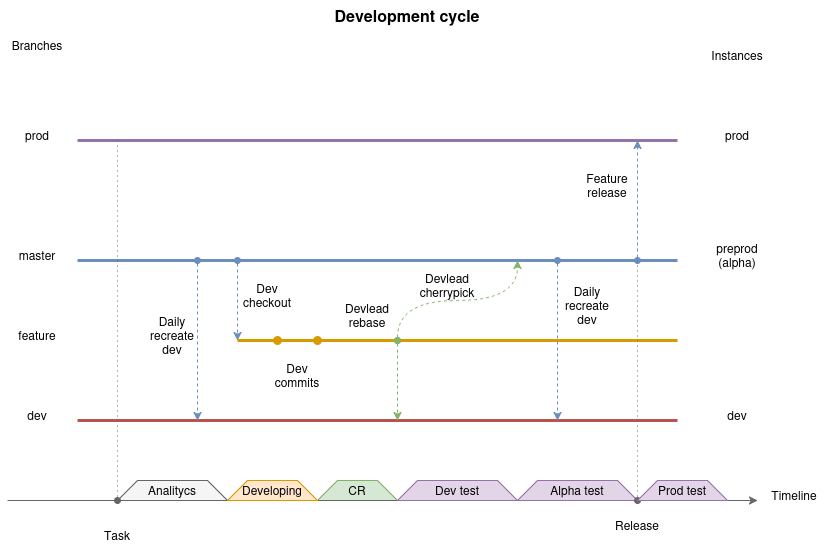
The draw.io diagram images/development_cycle.png in johnthesmith/scraps, before a commit. Source tidied: cells renumbered, new cells last; positions are measured from the earlier drawing's top-left corner, leaving out a move shared by most shapes. The source it was exported from:
```xml
<mxGraphModel>
  <root>
    <mxCell id="0" />
    <mxCell id="1" parent="0" />
    <mxCell id="2" style="shape=trapezoid;perimeter=trapezoidPerimeter;whiteSpace=wrap;html=1;fixedSize=1;fillColor=#d5e8d4;strokeColor=#82b366;" parent="1" vertex="1">
      <mxGeometry x="310" y="480" width="80" height="20" as="geometry" />
    </mxCell>
    <mxCell id="3" style="shape=trapezoid;perimeter=trapezoidPerimeter;whiteSpace=wrap;html=1;fixedSize=1;fillColor=#f5f5f5;strokeColor=#666666;fontColor=#333333;" parent="1" vertex="1">
      <mxGeometry x="110" y="480" width="110" height="20" as="geometry" />
    </mxCell>
    <mxCell id="4" style="endArrow=none;html=1;rounded=0;fillColor=#e1d5e7;strokeColor=#9673a6;strokeWidth=3;" parent="1" edge="1">
      <mxGeometry relative="1" as="geometry">
        <mxPoint x="70" y="140" as="sourcePoint" />
        <mxPoint x="670" y="140" as="targetPoint" />
      </mxGeometry>
    </mxCell>
    <mxCell id="5" style="endArrow=none;html=1;rounded=0;fillColor=#dae8fc;strokeColor=#6c8ebf;strokeWidth=3;" parent="1" edge="1">
      <mxGeometry relative="1" as="geometry">
        <mxPoint x="70" y="260" as="sourcePoint" />
        <mxPoint x="670" y="260" as="targetPoint" />
      </mxGeometry>
    </mxCell>
    <mxCell id="6" style="endArrow=none;html=1;rounded=0;fillColor=#f8cecc;strokeColor=#b85450;strokeWidth=3;" parent="1" edge="1">
      <mxGeometry relative="1" as="geometry">
        <mxPoint x="70" y="420" as="sourcePoint" />
        <mxPoint x="670" y="420" as="targetPoint" />
      </mxGeometry>
    </mxCell>
    <mxCell id="7" value="master" style="text;html=1;align=center;verticalAlign=middle;whiteSpace=wrap;rounded=0;" parent="1" vertex="1">
      <mxGeometry y="240" width="60" height="30" as="geometry" />
    </mxCell>
    <mxCell id="8" value="prod" style="text;html=1;align=center;verticalAlign=middle;whiteSpace=wrap;rounded=0;" parent="1" vertex="1">
      <mxGeometry y="120" width="60" height="30" as="geometry" />
    </mxCell>
    <mxCell id="9" value="dev" style="text;html=1;align=center;verticalAlign=middle;whiteSpace=wrap;rounded=0;" parent="1" vertex="1">
      <mxGeometry y="400" width="60" height="30" as="geometry" />
    </mxCell>
    <mxCell id="10" style="endArrow=classic;html=1;rounded=0;startArrow=oval;startFill=1;fillColor=#dae8fc;strokeColor=#6c8ebf;dashed=1;" parent="1" edge="1">
      <mxGeometry relative="1" as="geometry">
        <mxPoint x="190" y="260" as="sourcePoint" />
        <mxPoint x="190" y="420" as="targetPoint" />
      </mxGeometry>
    </mxCell>
    <mxCell id="11" style="endArrow=none;html=1;rounded=0;endFill=0;fillColor=#ffe6cc;strokeColor=#d79b00;jumpSize=2;strokeWidth=3;" parent="1" edge="1">
      <mxGeometry relative="1" as="geometry">
        <mxPoint x="310" y="340" as="sourcePoint" />
        <mxPoint x="670" y="340" as="targetPoint" />
      </mxGeometry>
    </mxCell>
    <mxCell id="12" style="endArrow=classic;html=1;rounded=0;startArrow=oval;startFill=1;fillColor=#dae8fc;strokeColor=#6c8ebf;dashed=1;" parent="1" edge="1">
      <mxGeometry relative="1" as="geometry">
        <mxPoint x="550" y="260" as="sourcePoint" />
        <mxPoint x="550" y="420" as="targetPoint" />
      </mxGeometry>
    </mxCell>
    <mxCell id="13" style="endArrow=classic;html=1;rounded=0;fillColor=#f5f5f5;strokeColor=#666666;endFill=1;" parent="1" edge="1">
      <mxGeometry relative="1" as="geometry">
        <mxPoint y="500" as="sourcePoint" />
        <mxPoint x="750" y="500" as="targetPoint" />
      </mxGeometry>
    </mxCell>
    <mxCell id="14" value="dev" style="text;html=1;align=center;verticalAlign=middle;whiteSpace=wrap;rounded=0;" parent="1" vertex="1">
      <mxGeometry x="700" y="400" width="60" height="30" as="geometry" />
    </mxCell>
    <mxCell id="15" value="preprod (alpha)" style="text;html=1;align=center;verticalAlign=middle;whiteSpace=wrap;rounded=0;" parent="1" vertex="1">
      <mxGeometry x="700" y="240" width="60" height="30" as="geometry" />
    </mxCell>
    <mxCell id="16" value="prod" style="text;html=1;align=center;verticalAlign=middle;whiteSpace=wrap;rounded=0;" parent="1" vertex="1">
      <mxGeometry x="700" y="120" width="60" height="30" as="geometry" />
    </mxCell>
    <mxCell id="17" style="endArrow=classic;html=1;rounded=0;startArrow=oval;startFill=1;fillColor=#dae8fc;strokeColor=#6c8ebf;dashed=1;" parent="1" edge="1">
      <mxGeometry relative="1" as="geometry">
        <mxPoint x="230" y="260" as="sourcePoint" />
        <mxPoint x="230" y="340" as="targetPoint" />
      </mxGeometry>
    </mxCell>
    <mxCell id="18" style="endArrow=oval;html=1;rounded=0;endFill=1;fillColor=#ffe6cc;strokeColor=#d79b00;strokeWidth=3;" parent="1" edge="1">
      <mxGeometry relative="1" as="geometry">
        <mxPoint x="230" y="340" as="sourcePoint" />
        <mxPoint x="270" y="340" as="targetPoint" />
      </mxGeometry>
    </mxCell>
    <mxCell id="19" style="endArrow=oval;html=1;rounded=0;endFill=1;fillColor=#ffe6cc;strokeColor=#d79b00;strokeWidth=3;" parent="1" edge="1">
      <mxGeometry relative="1" as="geometry">
        <mxPoint x="270" y="340" as="sourcePoint" />
        <mxPoint x="310" y="340" as="targetPoint" />
      </mxGeometry>
    </mxCell>
    <mxCell id="20" style="endArrow=classic;html=1;rounded=0;startArrow=oval;startFill=1;fillColor=#d5e8d4;strokeColor=#82b366;edgeStyle=orthogonalEdgeStyle;dashed=1;curved=1;" parent="1" edge="1">
      <mxGeometry relative="1" as="geometry">
        <mxPoint x="390" y="340" as="sourcePoint" />
        <mxPoint x="390" y="420" as="targetPoint" />
        <Array as="points">
          <mxPoint x="390" y="400" />
          <mxPoint x="390" y="400" />
        </Array>
      </mxGeometry>
    </mxCell>
    <mxCell id="21" value="Dev checkout" style="text;html=1;align=center;verticalAlign=middle;whiteSpace=wrap;rounded=0;" parent="1" vertex="1">
      <mxGeometry x="230" y="280" width="60" height="30" as="geometry" />
    </mxCell>
    <mxCell id="22" value="Dev commits" style="text;html=1;align=center;verticalAlign=middle;whiteSpace=wrap;rounded=0;" parent="1" vertex="1">
      <mxGeometry x="260" y="360" width="60" height="30" as="geometry" />
    </mxCell>
    <mxCell id="23" value="Devlead rebase" style="text;html=1;align=center;verticalAlign=middle;whiteSpace=wrap;rounded=0;" parent="1" vertex="1">
      <mxGeometry x="330" y="300" width="60" height="30" as="geometry" />
    </mxCell>
    <mxCell id="24" style="endArrow=classic;html=1;rounded=0;startArrow=oval;startFill=1;fillColor=#d5e8d4;strokeColor=#82b366;edgeStyle=orthogonalEdgeStyle;dashed=1;curved=1;" parent="1" edge="1">
      <mxGeometry relative="1" as="geometry">
        <mxPoint x="390" y="340" as="sourcePoint" />
        <mxPoint x="510" y="260" as="targetPoint" />
        <Array as="points">
          <mxPoint x="390" y="300" />
          <mxPoint x="510" y="300" />
          <mxPoint x="510" y="260" />
        </Array>
      </mxGeometry>
    </mxCell>
    <mxCell id="25" value="Devlead cherrypick" style="text;html=1;align=center;verticalAlign=middle;whiteSpace=wrap;rounded=0;" parent="1" vertex="1">
      <mxGeometry x="410" y="270" width="60" height="30" as="geometry" />
    </mxCell>
    <mxCell id="26" value="Branches" style="text;html=1;align=center;verticalAlign=middle;whiteSpace=wrap;rounded=0;" parent="1" vertex="1">
      <mxGeometry y="30" width="60" height="30" as="geometry" />
    </mxCell>
    <mxCell id="27" value="Instances" style="text;html=1;align=center;verticalAlign=middle;whiteSpace=wrap;rounded=0;" parent="1" vertex="1">
      <mxGeometry x="700" y="40" width="60" height="30" as="geometry" />
    </mxCell>
    <mxCell id="28" style="endArrow=classic;html=1;rounded=0;startArrow=oval;startFill=1;fillColor=#dae8fc;strokeColor=#6c8ebf;dashed=1;" parent="1" edge="1">
      <mxGeometry relative="1" as="geometry">
        <mxPoint x="630" y="260" as="sourcePoint" />
        <mxPoint x="630" y="140" as="targetPoint" />
      </mxGeometry>
    </mxCell>
    <mxCell id="29" value="&lt;div&gt;Feature&lt;/div&gt;&lt;div&gt;release&lt;br&gt;&lt;/div&gt;" style="text;html=1;align=center;verticalAlign=middle;whiteSpace=wrap;rounded=0;" parent="1" vertex="1">
      <mxGeometry x="570" y="170" width="60" height="30" as="geometry" />
    </mxCell>
    <mxCell id="30" value="&lt;div&gt;Daily&lt;/div&gt;&lt;div&gt;recreate&lt;/div&gt;&lt;div&gt;dev&lt;br&gt;&lt;/div&gt;" style="text;html=1;align=center;verticalAlign=middle;whiteSpace=wrap;rounded=0;" parent="1" vertex="1">
      <mxGeometry x="550" y="290" width="60" height="30" as="geometry" />
    </mxCell>
    <mxCell id="31" value="&lt;div&gt;Daily&lt;/div&gt;&lt;div&gt;recreate&lt;/div&gt;&lt;div&gt;dev&lt;br&gt;&lt;/div&gt;" style="text;html=1;align=center;verticalAlign=middle;whiteSpace=wrap;rounded=0;" parent="1" vertex="1">
      <mxGeometry x="135" y="320" width="60" height="30" as="geometry" />
    </mxCell>
    <mxCell id="32" value="Timeline" style="text;html=1;align=center;verticalAlign=middle;whiteSpace=wrap;rounded=0;" parent="1" vertex="1">
      <mxGeometry x="757" y="480" width="60" height="30" as="geometry" />
    </mxCell>
    <mxCell id="33" value="Task" style="text;html=1;align=center;verticalAlign=middle;whiteSpace=wrap;rounded=0;" parent="1" vertex="1">
      <mxGeometry x="80" y="520" width="60" height="30" as="geometry" />
    </mxCell>
    <mxCell id="34" style="shape=trapezoid;perimeter=trapezoidPerimeter;whiteSpace=wrap;html=1;fixedSize=1;fillColor=#ffe6cc;strokeColor=#d79b00;" parent="1" vertex="1">
      <mxGeometry x="220" y="480" width="90" height="20" as="geometry" />
    </mxCell>
    <mxCell id="35" style="shape=trapezoid;perimeter=trapezoidPerimeter;whiteSpace=wrap;html=1;fixedSize=1;fillColor=#e1d5e7;strokeColor=#9673a6;" parent="1" vertex="1">
      <mxGeometry x="390" y="480" width="120" height="20" as="geometry" />
    </mxCell>
    <mxCell id="36" value="Developing" style="text;html=1;align=center;verticalAlign=middle;whiteSpace=wrap;rounded=0;" parent="1" vertex="1">
      <mxGeometry x="235" y="475" width="60" height="30" as="geometry" />
    </mxCell>
    <mxCell id="37" value="CR" style="text;html=1;align=center;verticalAlign=middle;whiteSpace=wrap;rounded=0;" parent="1" vertex="1">
      <mxGeometry x="320" y="475" width="60" height="30" as="geometry" />
    </mxCell>
    <mxCell id="38" value="&lt;div&gt;Dev test&lt;br&gt;&lt;/div&gt;" style="text;html=1;align=center;verticalAlign=middle;whiteSpace=wrap;rounded=0;" parent="1" vertex="1">
      <mxGeometry x="420" y="475" width="60" height="30" as="geometry" />
    </mxCell>
    <mxCell id="39" value="feature" style="text;html=1;align=center;verticalAlign=middle;whiteSpace=wrap;rounded=0;" parent="1" vertex="1">
      <mxGeometry y="320" width="60" height="30" as="geometry" />
    </mxCell>
    <mxCell id="40" style="shape=trapezoid;perimeter=trapezoidPerimeter;whiteSpace=wrap;html=1;fixedSize=1;fillColor=#e1d5e7;strokeColor=#9673a6;" parent="1" vertex="1">
      <mxGeometry x="510" y="480" width="120" height="20" as="geometry" />
    </mxCell>
    <mxCell id="41" value="&lt;div&gt;Alpha test&lt;br&gt;&lt;/div&gt;" style="text;html=1;align=center;verticalAlign=middle;whiteSpace=wrap;rounded=0;" parent="1" vertex="1">
      <mxGeometry x="540" y="475" width="60" height="30" as="geometry" />
    </mxCell>
    <mxCell id="42" style="endArrow=oval;html=1;rounded=0;startArrow=none;startFill=0;fillColor=#f5f5f5;strokeColor=#666666;dashed=1;dashPattern=1 4;endFill=1;startSize=6;endSize=6;targetPerimeterSpacing=0;strokeWidth=1;" parent="1" edge="1">
      <mxGeometry relative="1" as="geometry">
        <mxPoint x="630" y="260" as="sourcePoint" />
        <mxPoint x="630" y="500" as="targetPoint" />
      </mxGeometry>
    </mxCell>
    <mxCell id="43" value="Release" style="text;html=1;align=center;verticalAlign=middle;whiteSpace=wrap;rounded=0;" parent="1" vertex="1">
      <mxGeometry x="600" y="510" width="60" height="30" as="geometry" />
    </mxCell>
    <mxCell id="44" style="endArrow=oval;html=1;rounded=0;startArrow=none;startFill=0;fillColor=#f5f5f5;strokeColor=#666666;dashed=1;dashPattern=1 4;endFill=1;startSize=6;endSize=6;targetPerimeterSpacing=0;strokeWidth=1;" parent="1" edge="1">
      <mxGeometry relative="1" as="geometry">
        <mxPoint x="110" y="140" as="sourcePoint" />
        <mxPoint x="110" y="500" as="targetPoint" />
      </mxGeometry>
    </mxCell>
    <mxCell id="45" value="Analitycs" style="text;html=1;align=center;verticalAlign=middle;whiteSpace=wrap;rounded=0;" parent="1" vertex="1">
      <mxGeometry x="135" y="475" width="60" height="30" as="geometry" />
    </mxCell>
    <mxCell id="46" style="shape=trapezoid;perimeter=trapezoidPerimeter;whiteSpace=wrap;html=1;fixedSize=1;fillColor=#e1d5e7;strokeColor=#9673a6;" parent="1" vertex="1">
      <mxGeometry x="630" y="480" width="90" height="20" as="geometry" />
    </mxCell>
    <mxCell id="47" value="&lt;div&gt;Prod test&lt;br&gt;&lt;/div&gt;" style="text;html=1;align=center;verticalAlign=middle;whiteSpace=wrap;rounded=0;" parent="1" vertex="1">
      <mxGeometry x="645" y="475" width="60" height="30" as="geometry" />
    </mxCell>
    <mxCell id="48" value="Development cycle" style="text;html=1;align=center;verticalAlign=middle;whiteSpace=wrap;rounded=0;fontStyle=1;fontSize=16;" parent="1" vertex="1">
      <mxGeometry x="320" width="160" height="30" as="geometry" />
    </mxCell>
  </root>
</mxGraphModel>
```
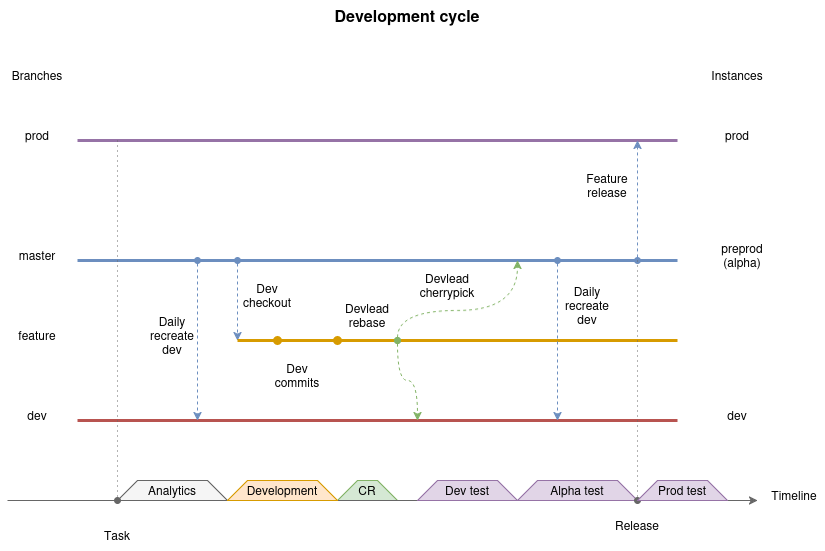
The same file after the commit.

Diff of the diagram source:
```diff
@@ -3,7 +3,7 @@
     <mxCell id="0" />
     <mxCell id="1" parent="0" />
     <mxCell id="2" style="shape=trapezoid;perimeter=trapezoidPerimeter;whiteSpace=wrap;html=1;fixedSize=1;fillColor=#d5e8d4;strokeColor=#82b366;" parent="1" vertex="1">
-      <mxGeometry x="310" y="480" width="80" height="20" as="geometry" />
+      <mxGeometry x="330" y="480" width="60" height="20" as="geometry" />
     </mxCell>
     <mxCell id="3" style="shape=trapezoid;perimeter=trapezoidPerimeter;whiteSpace=wrap;html=1;fixedSize=1;fillColor=#f5f5f5;strokeColor=#666666;fontColor=#333333;" parent="1" vertex="1">
       <mxGeometry x="110" y="480" width="110" height="20" as="geometry" />
@@ -43,7 +43,7 @@
     </mxCell>
     <mxCell id="11" style="endArrow=none;html=1;rounded=0;endFill=0;fillColor=#ffe6cc;strokeColor=#d79b00;jumpSize=2;strokeWidth=3;" parent="1" edge="1">
       <mxGeometry relative="1" as="geometry">
-        <mxPoint x="310" y="340" as="sourcePoint" />
+        <mxPoint x="330" y="340" as="sourcePoint" />
         <mxPoint x="670" y="340" as="targetPoint" />
       </mxGeometry>
     </mxCell>
@@ -63,7 +63,7 @@
       <mxGeometry x="700" y="400" width="60" height="30" as="geometry" />
     </mxCell>
     <mxCell id="15" value="preprod (alpha)" style="text;html=1;align=center;verticalAlign=middle;whiteSpace=wrap;rounded=0;" parent="1" vertex="1">
-      <mxGeometry x="700" y="240" width="60" height="30" as="geometry" />
+      <mxGeometry x="705" y="240" width="60" height="30" as="geometry" />
     </mxCell>
     <mxCell id="16" value="prod" style="text;html=1;align=center;verticalAlign=middle;whiteSpace=wrap;rounded=0;" parent="1" vertex="1">
       <mxGeometry x="700" y="120" width="60" height="30" as="geometry" />
@@ -83,16 +83,16 @@
     <mxCell id="19" style="endArrow=oval;html=1;rounded=0;endFill=1;fillColor=#ffe6cc;strokeColor=#d79b00;strokeWidth=3;" parent="1" edge="1">
       <mxGeometry relative="1" as="geometry">
         <mxPoint x="270" y="340" as="sourcePoint" />
-        <mxPoint x="310" y="340" as="targetPoint" />
+        <mxPoint x="330" y="340" as="targetPoint" />
       </mxGeometry>
     </mxCell>
     <mxCell id="20" style="endArrow=classic;html=1;rounded=0;startArrow=oval;startFill=1;fillColor=#d5e8d4;strokeColor=#82b366;edgeStyle=orthogonalEdgeStyle;dashed=1;curved=1;" parent="1" edge="1">
       <mxGeometry relative="1" as="geometry">
         <mxPoint x="390" y="340" as="sourcePoint" />
-        <mxPoint x="390" y="420" as="targetPoint" />
+        <mxPoint x="410" y="420" as="targetPoint" />
         <Array as="points">
-          <mxPoint x="390" y="400" />
-          <mxPoint x="390" y="400" />
+          <mxPoint x="390" y="380" />
+          <mxPoint x="410" y="380" />
         </Array>
       </mxGeometry>
     </mxCell>
@@ -110,9 +110,8 @@
         <mxPoint x="390" y="340" as="sourcePoint" />
         <mxPoint x="510" y="260" as="targetPoint" />
         <Array as="points">
-          <mxPoint x="390" y="300" />
-          <mxPoint x="510" y="300" />
-          <mxPoint x="510" y="260" />
+          <mxPoint x="390" y="310" />
+          <mxPoint x="510" y="310" />
         </Array>
       </mxGeometry>
     </mxCell>
@@ -120,10 +119,10 @@
       <mxGeometry x="410" y="270" width="60" height="30" as="geometry" />
     </mxCell>
     <mxCell id="26" value="Branches" style="text;html=1;align=center;verticalAlign=middle;whiteSpace=wrap;rounded=0;" parent="1" vertex="1">
-      <mxGeometry y="30" width="60" height="30" as="geometry" />
+      <mxGeometry y="60" width="60" height="30" as="geometry" />
     </mxCell>
     <mxCell id="27" value="Instances" style="text;html=1;align=center;verticalAlign=middle;whiteSpace=wrap;rounded=0;" parent="1" vertex="1">
-      <mxGeometry x="700" y="40" width="60" height="30" as="geometry" />
+      <mxGeometry x="700" y="60" width="60" height="30" as="geometry" />
     </mxCell>
     <mxCell id="28" style="endArrow=classic;html=1;rounded=0;startArrow=oval;startFill=1;fillColor=#dae8fc;strokeColor=#6c8ebf;dashed=1;" parent="1" edge="1">
       <mxGeometry relative="1" as="geometry">
@@ -147,19 +146,19 @@
       <mxGeometry x="80" y="520" width="60" height="30" as="geometry" />
     </mxCell>
     <mxCell id="34" style="shape=trapezoid;perimeter=trapezoidPerimeter;whiteSpace=wrap;html=1;fixedSize=1;fillColor=#ffe6cc;strokeColor=#d79b00;" parent="1" vertex="1">
-      <mxGeometry x="220" y="480" width="90" height="20" as="geometry" />
+      <mxGeometry x="220" y="480" width="110" height="20" as="geometry" />
     </mxCell>
     <mxCell id="35" style="shape=trapezoid;perimeter=trapezoidPerimeter;whiteSpace=wrap;html=1;fixedSize=1;fillColor=#e1d5e7;strokeColor=#9673a6;" parent="1" vertex="1">
-      <mxGeometry x="390" y="480" width="120" height="20" as="geometry" />
+      <mxGeometry x="410" y="480" width="100" height="20" as="geometry" />
     </mxCell>
-    <mxCell id="36" value="Developing" style="text;html=1;align=center;verticalAlign=middle;whiteSpace=wrap;rounded=0;" parent="1" vertex="1">
-      <mxGeometry x="235" y="475" width="60" height="30" as="geometry" />
+    <mxCell id="36" value="Development" style="text;html=1;align=center;verticalAlign=middle;whiteSpace=wrap;rounded=0;" parent="1" vertex="1">
+      <mxGeometry x="245" y="475" width="60" height="30" as="geometry" />
     </mxCell>
     <mxCell id="37" value="CR" style="text;html=1;align=center;verticalAlign=middle;whiteSpace=wrap;rounded=0;" parent="1" vertex="1">
-      <mxGeometry x="320" y="475" width="60" height="30" as="geometry" />
+      <mxGeometry x="330" y="475" width="60" height="30" as="geometry" />
     </mxCell>
     <mxCell id="38" value="&lt;div&gt;Dev test&lt;br&gt;&lt;/div&gt;" style="text;html=1;align=center;verticalAlign=middle;whiteSpace=wrap;rounded=0;" parent="1" vertex="1">
-      <mxGeometry x="420" y="475" width="60" height="30" as="geometry" />
+      <mxGeometry x="430" y="475" width="60" height="30" as="geometry" />
     </mxCell>
     <mxCell id="39" value="feature" style="text;html=1;align=center;verticalAlign=middle;whiteSpace=wrap;rounded=0;" parent="1" vertex="1">
       <mxGeometry y="320" width="60" height="30" as="geometry" />
@@ -185,7 +184,7 @@
         <mxPoint x="110" y="500" as="targetPoint" />
       </mxGeometry>
     </mxCell>
-    <mxCell id="45" value="Analitycs" style="text;html=1;align=center;verticalAlign=middle;whiteSpace=wrap;rounded=0;" parent="1" vertex="1">
+    <mxCell id="45" value="Analytics" style="text;html=1;align=center;verticalAlign=middle;whiteSpace=wrap;rounded=0;" parent="1" vertex="1">
       <mxGeometry x="135" y="475" width="60" height="30" as="geometry" />
     </mxCell>
     <mxCell id="46" style="shape=trapezoid;perimeter=trapezoidPerimeter;whiteSpace=wrap;html=1;fixedSize=1;fillColor=#e1d5e7;strokeColor=#9673a6;" parent="1" vertex="1">
```
